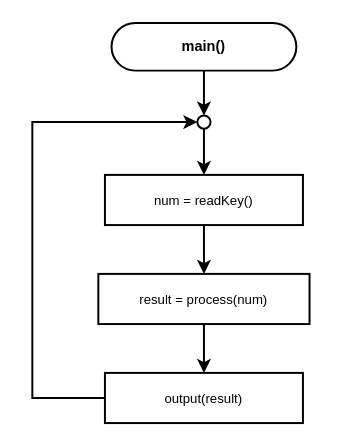
This is program002/flowchart/01_main.drawio from kittiphong064008-cyber/AI-Coding, a draw.io file, before an edit. Source tidied: cells renumbered, new cells numbered last; positions are measured from the earlier drawing's top-left corner, leaving out a move shared by most shapes. Both pictures are drawn from the tidied source at 132%, with x=0, y=0 at pixel (32, 22).
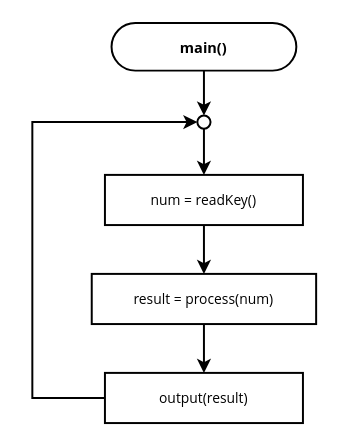
After the change.

The edit, as a diff of the source:
```diff
@@
 <mxGraphModel>
   <root>
     <mxCell id="0" />
     <mxCell id="1" parent="0" />
-    <mxCell id="2" value="main()" style="rounded=1;whiteSpace=wrap;html=1;arcSize=50;fillColor=#ffffff;strokeColor=#000000;strokeWidth=1.5;fontSize=11;fontFamily=Helvetica;fontStyle=1;" parent="1" vertex="1">
+    <mxCell id="2" value="main()" style="rounded=1;whiteSpace=wrap;html=1;arcSize=50;fillColor=#ffffff;strokeColor=#000000;strokeWidth=1.5;fontSize=11;fontFamily=Segoe UI;fontStyle=1;" parent="1" vertex="1">
       <mxGeometry x="60" width="140" height="36" as="geometry" />
     </mxCell>
     <mxCell id="3" style="ellipse;whiteSpace=wrap;html=1;fillColor=#ffffff;strokeColor=#000000;strokeWidth=1.5;" parent="1" vertex="1">
       <mxGeometry x="125" y="70" width="10" height="10" as="geometry" />
     </mxCell>
-    <mxCell id="4" value="num = readKey()" style="rounded=0;whiteSpace=wrap;html=1;fillColor=#ffffff;strokeColor=#000000;strokeWidth=1.5;fontSize=10;fontFamily=Helvetica;" parent="1" vertex="1">
+    <mxCell id="4" value="num = readKey()" style="rounded=0;whiteSpace=wrap;html=1;fillColor=#ffffff;strokeColor=#000000;strokeWidth=1.5;fontSize=10.5;fontFamily=Segoe UI;" parent="1" vertex="1">
       <mxGeometry x="55" y="115" width="150" height="38" as="geometry" />
     </mxCell>
-    <mxCell id="5" value="result = process(num)" style="rounded=0;whiteSpace=wrap;html=1;fillColor=#ffffff;strokeColor=#000000;strokeWidth=1.5;fontSize=10;fontFamily=Helvetica;" parent="1" vertex="1">
-      <mxGeometry x="50" y="190" width="160" height="38" as="geometry" />
+    <mxCell id="5" value="result = process(num)" style="rounded=0;whiteSpace=wrap;html=1;fillColor=#ffffff;strokeColor=#000000;strokeWidth=1.5;fontSize=10.5;fontFamily=Segoe UI;" parent="1" vertex="1">
+      <mxGeometry x="45" y="190" width="170" height="38" as="geometry" />
     </mxCell>
-    <mxCell id="6" value="output(result)" style="rounded=0;whiteSpace=wrap;html=1;fillColor=#ffffff;strokeColor=#000000;strokeWidth=1.5;fontSize=10;fontFamily=Helvetica;" parent="1" vertex="1">
+    <mxCell id="6" value="output(result)" style="rounded=0;whiteSpace=wrap;html=1;fillColor=#ffffff;strokeColor=#000000;strokeWidth=1.5;fontSize=10.5;fontFamily=Segoe UI;" parent="1" vertex="1">
       <mxGeometry x="55" y="265" width="150" height="38" as="geometry" />
     </mxCell>
     <mxCell id="7" style="edgeStyle=orthogonalEdgeStyle;rounded=0;jettySize=auto;html=1;strokeWidth=1.5;strokeColor=#000000;fontSize=10;fontColor=#000000;" parent="1" edge="1" source="2" target="3">
       <mxGeometry relative="1" as="geometry" />
     </mxCell>
     <mxCell id="8" style="edgeStyle=orthogonalEdgeStyle;rounded=0;jettySize=auto;html=1;strokeWidth=1.5;strokeColor=#000000;fontSize=10;fontColor=#000000;" parent="1" edge="1" source="3" target="4">
       <mxGeometry relative="1" as="geometry" />
     </mxCell>
     <mxCell id="9" style="edgeStyle=orthogonalEdgeStyle;rounded=0;jettySize=auto;html=1;strokeWidth=1.5;strokeColor=#000000;fontSize=10;fontColor=#000000;" parent="1" edge="1" source="4" target="5">
       <mxGeometry relative="1" as="geometry" />
     </mxCell>
     <mxCell id="10" style="edgeStyle=orthogonalEdgeStyle;rounded=0;jettySize=auto;html=1;strokeWidth=1.5;strokeColor=#000000;fontSize=10;fontColor=#000000;" parent="1" edge="1" source="5" target="6">
       <mxGeometry relative="1" as="geometry" />
     </mxCell>
     <mxCell id="11" style="edgeStyle=orthogonalEdgeStyle;rounded=0;jettySize=auto;html=1;strokeWidth=1.5;strokeColor=#000000;fontSize=10;fontColor=#000000;exitX=0;exitY=0.5;exitDx=0;exitDy=0;entryX=0;entryY=0.5;entryDx=0;entryDy=0;" parent="1" edge="1" source="6" target="3">
       <mxGeometry relative="1" as="geometry">
         <Array as="points">
           <mxPoint y="284" />
           <mxPoint y="75" />
         </Array>
       </mxGeometry>
     </mxCell>
   </root>
 </mxGraphModel>
```
